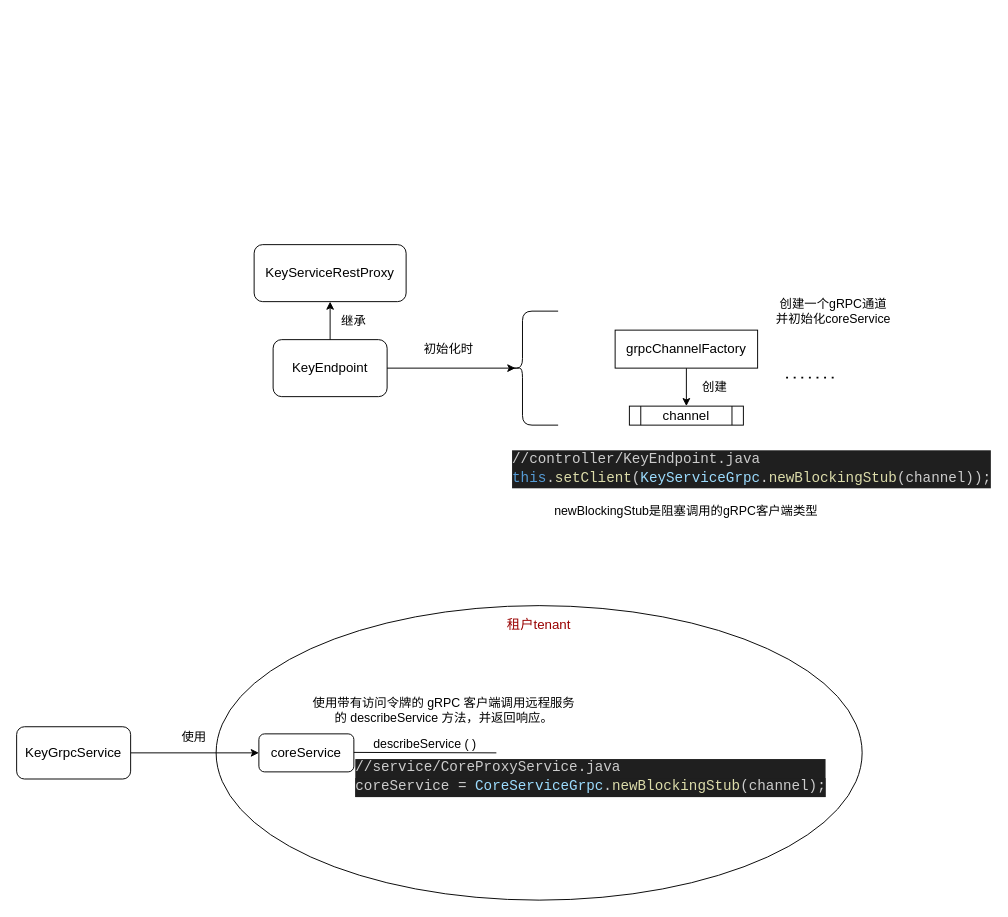
This is epp.drawio from TouyamaRie/My_pictures, a draw.io file, before an edit. Source tidied: cells renumbered, new cells numbered last; positions are measured from the earlier drawing's top-left corner, leaving out a move shared by most shapes. Both pictures are drawn from the tidied source at 95%, with x=0, y=0 at pixel (16, 244).
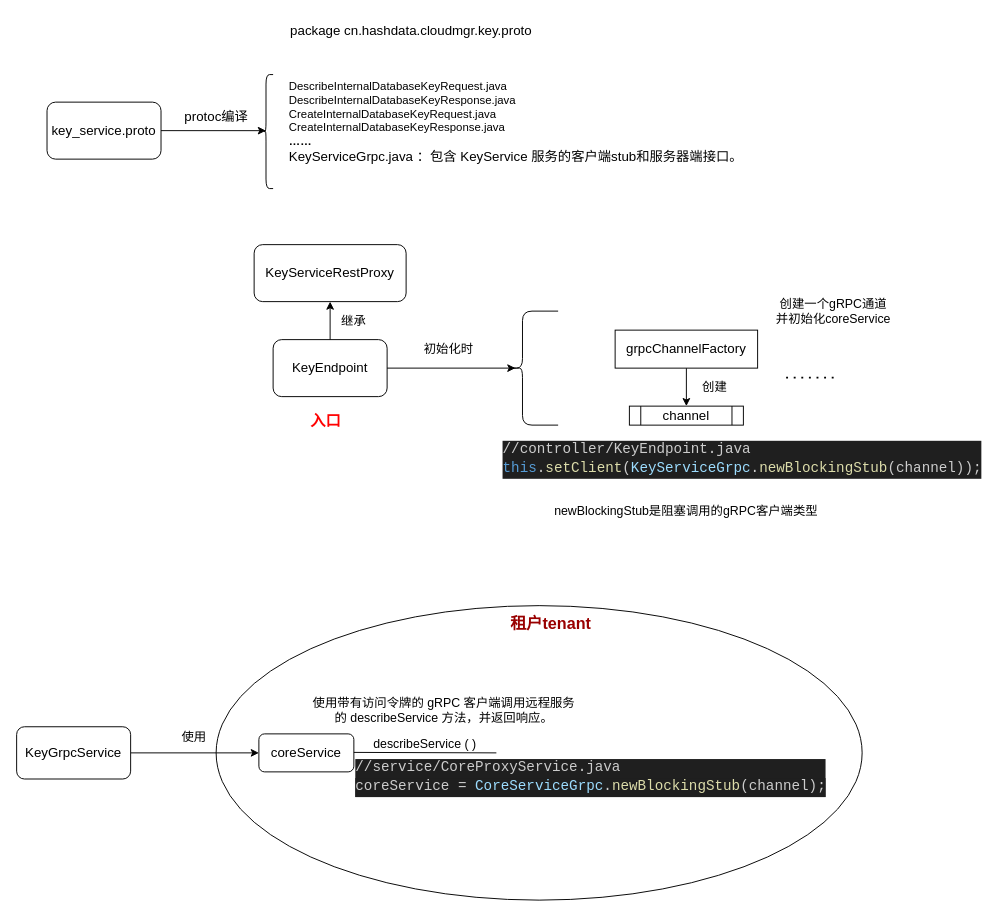
After the change.

The edit, as a diff of the source:
```diff
@@
     <mxCell id="12" value="&lt;div style=&quot;color: rgb(204, 204, 204); background-color: rgb(31, 31, 31); font-family: &amp;quot;Fira code&amp;quot;, &amp;quot;Microsoft YaHei&amp;quot;, monospace, Consolas, &amp;quot;Courier New&amp;quot;, monospace; font-weight: normal; font-size: 15px; line-height: 20px; white-space: pre; --darkreader-inline-color: #c8c3bc; --darkreader-inline-bgcolor: #17191a;&quot;&gt;&lt;div&gt;&lt;span style=&quot;color: rgb(204, 204, 204); --darkreader-inline-color: #c8c3bc;&quot;&gt;//controller/KeyEndpoint.java&amp;nbsp;&lt;/span&gt;&lt;/div&gt;&lt;div&gt;&lt;span style=&quot;color: rgb(86, 156, 214); --darkreader-inline-color: #60a4d8;&quot;&gt;this&lt;/span&gt;&lt;span style=&quot;color: rgb(204, 204, 204); --darkreader-inline-color: #c8c3bc;&quot;&gt;.&lt;/span&gt;&lt;span style=&quot;color: rgb(220, 220, 170); --darkreader-inline-color: #d8d89f;&quot;&gt;setClient&lt;/span&gt;&lt;span style=&quot;color: rgb(204, 204, 204); --darkreader-inline-color: #c8c3bc;&quot;&gt;(&lt;/span&gt;&lt;span style=&quot;color: rgb(156, 220, 254); --darkreader-inline-color: #87d5fe;&quot;&gt;KeyServiceGrpc&lt;/span&gt;&lt;span style=&quot;color: rgb(204, 204, 204); --darkreader-inline-color: #c8c3bc;&quot;&gt;.&lt;/span&gt;&lt;span style=&quot;color: rgb(220, 220, 170); --darkreader-inline-color: #d8d89f;&quot;&gt;newBlockingStub&lt;/span&gt;&lt;span style=&quot;color: rgb(204, 204, 204); --darkreader-inline-color: #c8c3bc;&quot;&gt;(channel));&lt;/span&gt;&lt;/div&gt;&lt;/div&gt;" style="text;whiteSpace=wrap;html=1;" parent="1" vertex="1">
-      <mxGeometry x="520" y="210" width="450" height="40" as="geometry" />
+      <mxGeometry x="510" y="200" width="450" height="40" as="geometry" />
     </mxCell>
@@
-    <mxCell id="26" value="&lt;font color=&quot;#990000&quot; style=&quot;font-size: 14px;&quot;&gt;租户tenant&lt;/font&gt;" style="text;html=1;align=center;verticalAlign=middle;whiteSpace=wrap;rounded=0;" parent="1" vertex="1">
-      <mxGeometry x="515" y="390" width="70" height="20" as="geometry" />
+    <mxCell id="26" value="&lt;font color=&quot;#990000&quot; style=&quot;font-size: 17px;&quot;&gt;&lt;b&gt;租户tenant&lt;/b&gt;&lt;/font&gt;" style="text;html=1;align=center;verticalAlign=middle;whiteSpace=wrap;rounded=0;" parent="1" vertex="1">
+      <mxGeometry x="515" y="390" width="95" height="20" as="geometry" />
     </mxCell>
+    <mxCell id="27" value="&lt;font color=&quot;#ff0000&quot; style=&quot;font-size: 16px;&quot;&gt;&lt;b&gt;入口&lt;/b&gt;&lt;/font&gt;" style="text;html=1;align=center;verticalAlign=middle;strokeColor=none;fillColor=none;" parent="1" vertex="1">
+      <mxGeometry x="295" y="170" width="60" height="30" as="geometry" />
+    </mxCell>
+    <mxCell id="28" value="&lt;font style=&quot;font-size: 14px;&quot;&gt;key_service.proto&lt;/font&gt;" style="rounded=1;whiteSpace=wrap;html=1;" parent="1" vertex="1">
+      <mxGeometry x="32" y="-150" width="120" height="60" as="geometry" />
+    </mxCell>
+    <mxCell id="29" style="edgeStyle=orthogonalEdgeStyle;rounded=0;jettySize=auto;html=1;exitX=1;exitY=0.5;exitDx=0;exitDy=0;entryX=0.24;entryY=0.492;entryDx=0;entryDy=0;entryPerimeter=0;" parent="1" edge="1" source="28" target="32">
+      <mxGeometry relative="1" as="geometry" />
+    </mxCell>
+    <mxCell id="30" value="&lt;font style=&quot;font-size: 14px;&quot;&gt;protoc编译&lt;/font&gt;" style="text;html=1;align=center;verticalAlign=middle;strokeColor=none;fillColor=none;" parent="1" vertex="1">
+      <mxGeometry x="165" y="-150" width="90" height="30" as="geometry" />
+    </mxCell>
+    <mxCell id="31" value="&lt;font style=&quot;font-size: 14px;&quot;&gt;package cn.hashdata.cloudmgr.key.proto&lt;/font&gt;" style="text;html=1;align=center;verticalAlign=middle;strokeColor=none;fillColor=none;" parent="1" vertex="1">
+      <mxGeometry x="275" y="-240" width="280" height="30" as="geometry" />
+    </mxCell>
+    <mxCell id="32" style="shape=curlyBracket;whiteSpace=wrap;html=1;rounded=1;labelPosition=left;verticalLabelPosition=middle;align=right;verticalAlign=middle;size=0.25;" parent="1" vertex="1">
+      <mxGeometry x="260" y="-179" width="10" height="120" as="geometry" />
+    </mxCell>
+    <mxCell id="33" value="&lt;div&gt;DescribeInternalDatabaseKeyRequest.java&lt;/div&gt;&lt;div&gt;DescribeInternalDatabaseKeyResponse.java&lt;/div&gt;&lt;div&gt;CreateInternalDatabaseKeyRequest.java&lt;/div&gt;&lt;div&gt;CreateInternalDatabaseKeyResponse.java&lt;br&gt;&lt;b&gt;……&lt;/b&gt;&lt;br&gt;&lt;span style=&quot;font-size: 14px;&quot;&gt;KeyServiceGrpc.java ：&lt;/span&gt;&lt;span style=&quot;background-color: initial; font-size: 14px;&quot;&gt;包含 KeyService 服务的客户端stub和服务器端接口。&lt;/span&gt;&lt;/div&gt;" style="text;html=1;align=left;verticalAlign=middle;strokeColor=none;fillColor=none;" parent="1" vertex="1">
+      <mxGeometry x="285" y="-179" width="500" height="100" as="geometry" />
+    </mxCell>
```
